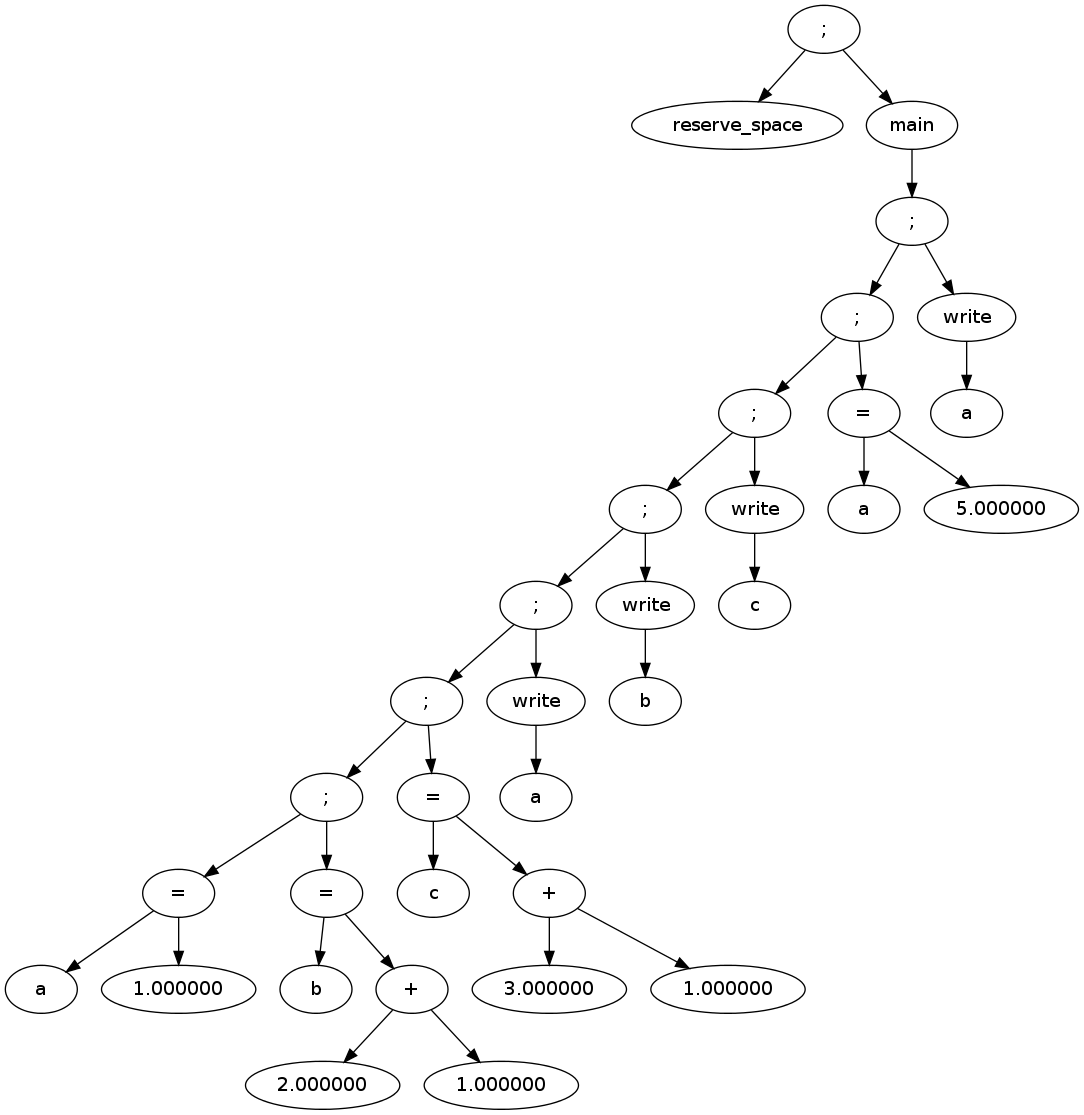
Above: tp4_5_eleves/res.png in ALounes/Compilateur (Graphviz), before the change. Its source is kept beside it as tp4_5_eleves/res.dot.
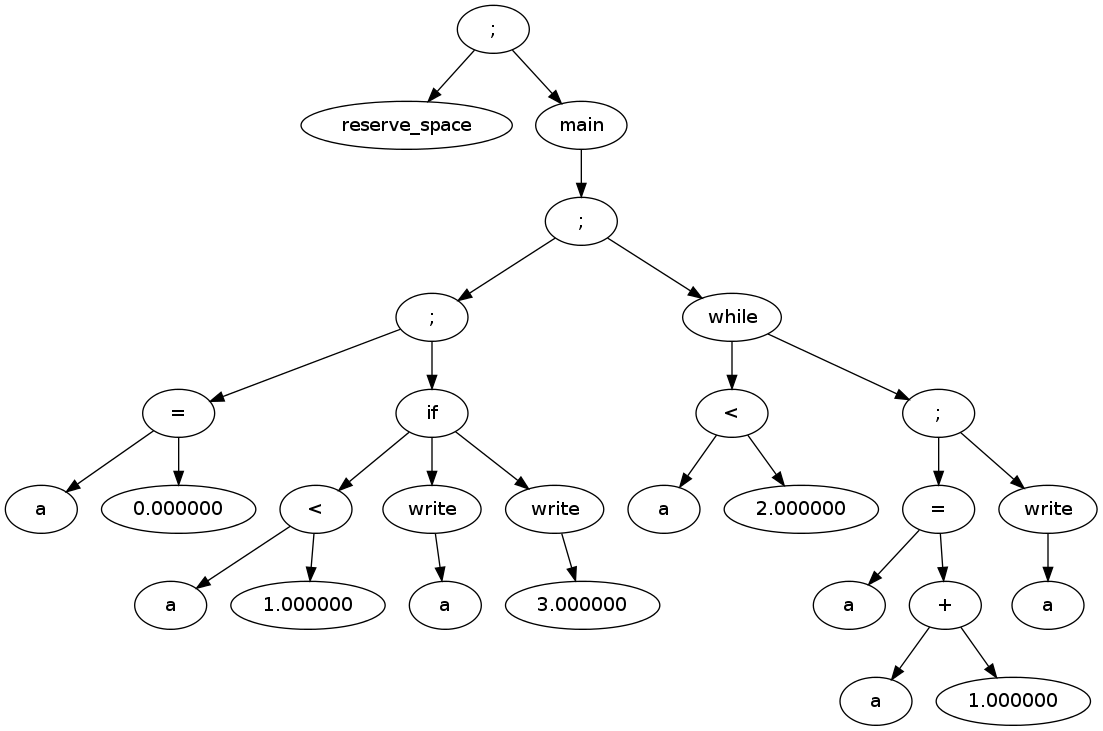
After the commit.

Commit message:
If et while vérifiés

What changed in the source:
```diff
@@ -1,69 +1,57 @@
 digraph {
 	A000 [label="reserve_space"]
 	A001 [label="a"]
-	A002 [label="1.000000"]
+	A002 [label="0.000000"]
 	A003 [label="="]
-	A004 [label="b"]
-	A005 [label="2.000000"]
-	A006 [label="1.000000"]
-	A007 [label="+"]
-	A008 [label="="]
-	A009 [label=";"]
-	A010 [label="c"]
-	A011 [label="3.000000"]
-	A012 [label="1.000000"]
-	A013 [label="+"]
-	A014 [label="="]
-	A015 [label=";"]
+	A004 [label="a"]
+	A005 [label="1.000000"]
+	A006 [label="<"]
+	A007 [label="a"]
+	A008 [label="write"]
+	A009 [label="3.000000"]
+	A010 [label="write"]
+	A011 [label="if"]
+	A012 [label=";"]
+	A013 [label="a"]
+	A014 [label="2.000000"]
+	A015 [label="<"]
 	A016 [label="a"]
-	A017 [label="write"]
-	A018 [label=";"]
-	A019 [label="b"]
-	A020 [label="write"]
-	A021 [label=";"]
-	A022 [label="c"]
-	A023 [label="write"]
-	A024 [label=";"]
-	A025 [label="a"]
-	A026 [label="5.000000"]
-	A027 [label="="]
-	A028 [label=";"]
-	A029 [label="a"]
-	A030 [label="write"]
-	A031 [label=";"]
-	A032 [label="main"]
-	A033 [label=";"]
-	A033 -> A000
-	A033 -> A032
-	A032 -> A031
-	A031 -> A028
-	A031 -> A030
-	A028 -> A024
-	A028 -> A027
-	A024 -> A021
-	A024 -> A023
-	A021 -> A018
-	A021 -> A020
-	A018 -> A015
-	A018 -> A017
-	A015 -> A009
-	A015 -> A014
-	A009 -> A003
-	A009 -> A008
+	A017 [label="a"]
+	A018 [label="1.000000"]
+	A019 [label="+"]
+	A020 [label="="]
+	A021 [label="a"]
+	A022 [label="write"]
+	A023 [label=";"]
+	A024 [label="while"]
+	A025 [label=";"]
+	A026 [label="main"]
+	A027 [label=";"]
+	A027 -> A000
+	A027 -> A026
+	A026 -> A025
+	A025 -> A012
+	A025 -> A024
+	A012 -> A003
+	A012 -> A011
 	A003 -> A001
 	A003 -> A002
-	A008 -> A004
+	A011 -> A006
+	A011 -> A008
+	A011 -> A010
+	A006 -> A004
+	A006 -> A005
 	A008 -> A007
-	A007 -> A005
-	A007 -> A006
-	A014 -> A010
-	A014 -> A013
-	A013 -> A011
-	A013 -> A012
-	A017 -> A016
+	A010 -> A009
+	A024 -> A015
+	A024 -> A023
+	A015 -> A013
+	A015 -> A014
+	A023 -> A020
+	A023 -> A022
+	A020 -> A016
 	A020 -> A019
-	A023 -> A022
-	A027 -> A025
-	A027 -> A026
-	A030 -> A029
+	A019 -> A017
+	A019 -> A018
+	A022 -> A021
 }
```
